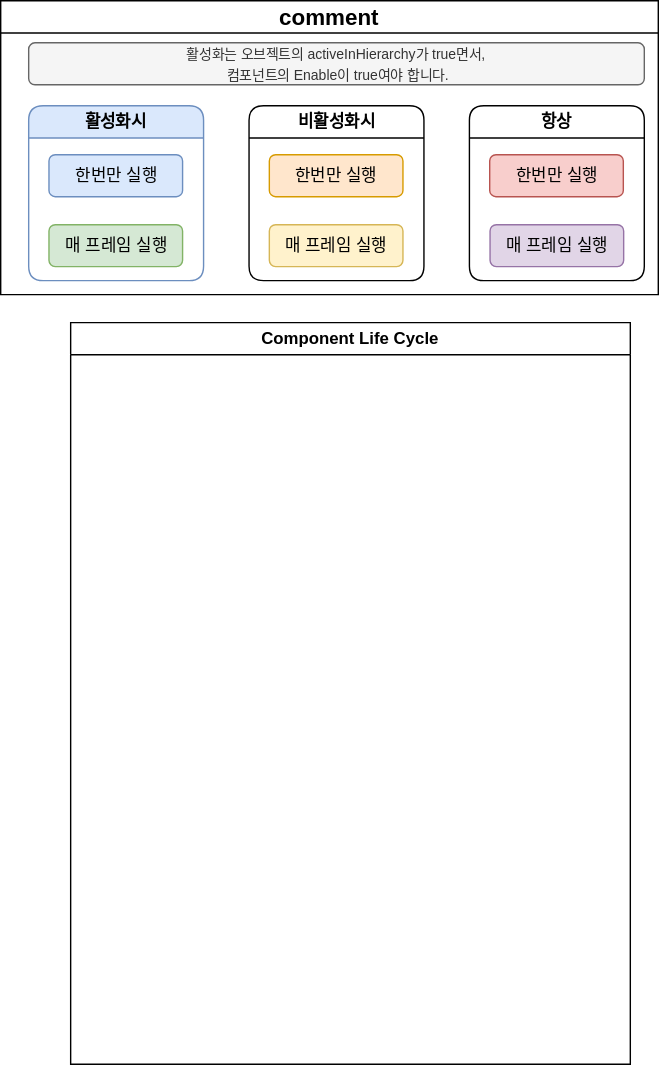
This is Diagram/ComponentLifeCycleFlowchart.drawio.svg from Scarecrow37/VanishingGround, a draw.io export, as it was before one commit. Source tidied: cells renumbered, new cells last; positions are measured from the earlier drawing's top-left corner, leaving out a move shared by most shapes.
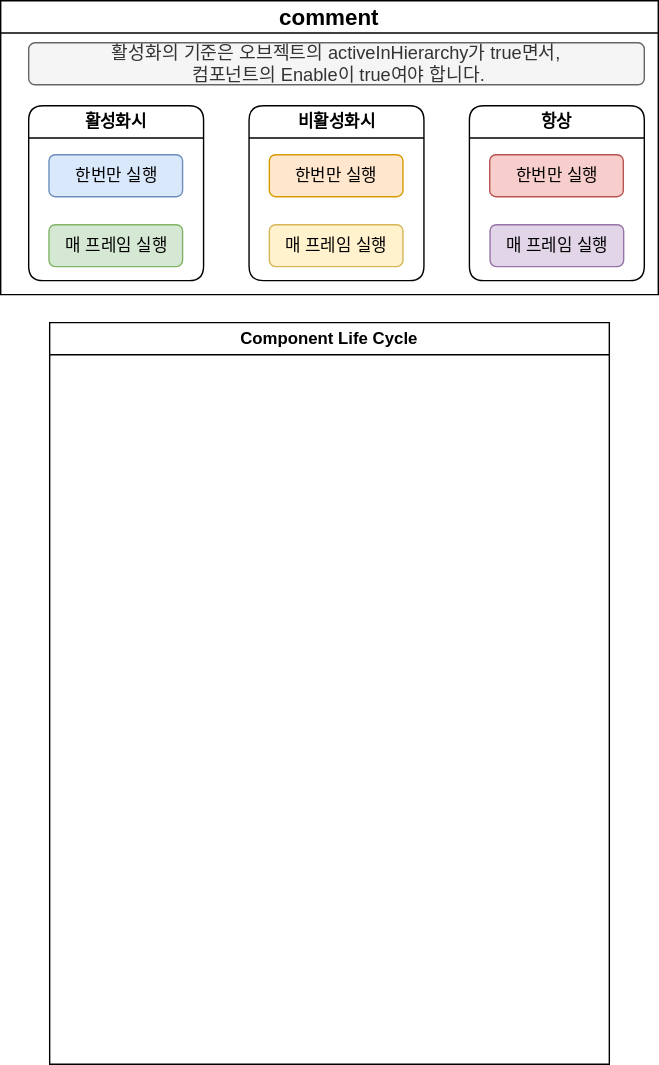
Above is the later version.

The edit, as a diff of the source:
```diff
@@ -3,15 +3,15 @@
     <mxCell id="0" />
     <mxCell id="1" parent="0" />
     <mxCell id="2" value="Component Life Cycle" style="swimlane;whiteSpace=wrap;html=1;" parent="1" vertex="1">
-      <mxGeometry x="50" y="230" width="400" height="530" as="geometry" />
+      <mxGeometry x="35" y="230" width="400" height="530" as="geometry" />
     </mxCell>
     <mxCell id="3" value="&lt;span style=&quot;font-family: Arial, sans-serif; text-align: start;&quot;&gt;&lt;font style=&quot;color: rgb(0, 0, 0); font-size: 16px;&quot;&gt;comment&lt;/font&gt;&lt;/span&gt;" style="swimlane;whiteSpace=wrap;html=1;" parent="1" vertex="1">
       <mxGeometry width="470" height="210" as="geometry" />
     </mxCell>
-    <mxCell id="4" value="&lt;font style=&quot;font-size: 10px;&quot;&gt;활성화는 오브젝트의 activeInHierarchy가 true면서,&lt;/font&gt;&lt;div&gt;&lt;font style=&quot;font-size: 10px;&quot;&gt;&amp;nbsp;컴포넌트의 Enable이 true여야 합니다.&lt;/font&gt;&lt;/div&gt;" style="text;html=1;align=center;verticalAlign=middle;whiteSpace=wrap;rounded=1;fillColor=#f5f5f5;strokeColor=#666666;fontColor=#333333;" parent="3" vertex="1">
+    <mxCell id="4" value="&lt;font style=&quot;font-size: 13px;&quot;&gt;활성화의 기준은 오브젝트의 activeInHierarchy가 true면서,&lt;/font&gt;&lt;div&gt;&lt;font style=&quot;font-size: 13px;&quot;&gt;&amp;nbsp;컴포넌트의 Enable이 true여야 합니다.&lt;/font&gt;&lt;/div&gt;" style="text;html=1;align=center;verticalAlign=middle;whiteSpace=wrap;rounded=1;fillColor=#f5f5f5;strokeColor=#666666;fontColor=#333333;" parent="3" vertex="1">
       <mxGeometry x="20" y="30" width="440" height="30" as="geometry" />
     </mxCell>
-    <mxCell id="5" value="활성화시" style="swimlane;whiteSpace=wrap;html=1;rounded=1;fillColor=#dae8fc;strokeColor=#6c8ebf;" parent="3" vertex="1">
+    <mxCell id="5" value="활성화시" style="swimlane;whiteSpace=wrap;html=1;rounded=1;" parent="3" vertex="1">
       <mxGeometry x="20" y="75" width="125" height="125" as="geometry" />
     </mxCell>
     <mxCell id="6" value="매 프레임 실행" style="rounded=1;whiteSpace=wrap;html=1;fillColor=#d5e8d4;strokeColor=#82b366;" parent="5" vertex="1">
```
